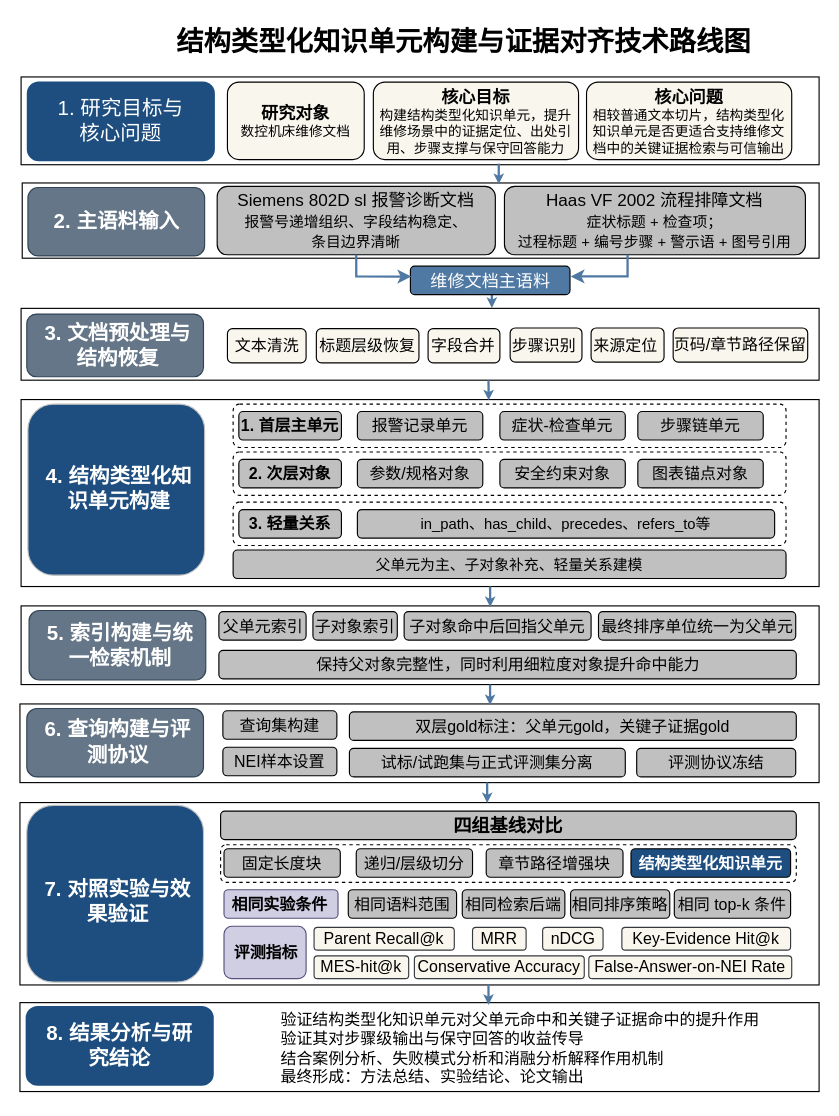
Above: 20260324技术路线图.drawio in handsome-tony/picture (draw.io), before the change. Source tidied: cells renumbered, new cells numbered last; positions are measured from the earlier drawing's top-left corner, leaving out a move shared by most shapes. Both pictures are drawn from the tidied source at 114%, with x=0, y=0 at pixel (19, 19).
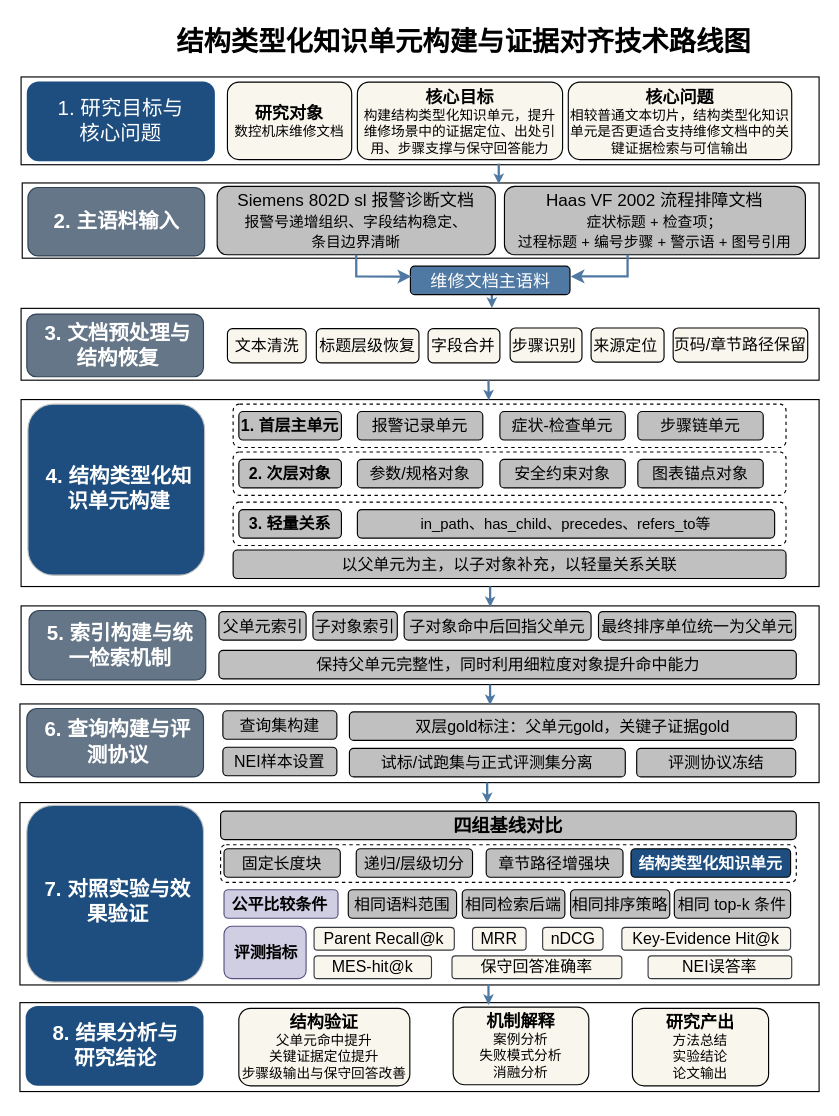
The same diagram, later.

Commit message (it also covers changes not shown here):
更新20260324技术路线图.drawio

The edit, as a diff of the source:
```diff
@@
     <mxCell id="61" value="MES-hit@k" style="rounded=1;whiteSpace=wrap;html=1;fillColor=#f9f7ed;strokeColor=#36393d;align=center;fontSize=14;" parent="1" vertex="1">
-      <mxGeometry x="258" y="821" width="83" height="20" as="geometry" />
+      <mxGeometry x="258" y="821" width="103" height="20" as="geometry" />
     </mxCell>
-    <mxCell id="62" value="Conservative Accuracy" style="rounded=1;whiteSpace=wrap;html=1;fillColor=#f9f7ed;strokeColor=#36393d;align=center;fontSize=14;padding-left:10;padding-right:10;" parent="1" vertex="1">
-      <mxGeometry x="346" y="821" width="149" height="20" as="geometry" />
+    <mxCell id="62" value="保守回答准确率" style="rounded=1;whiteSpace=wrap;html=1;fillColor=#f9f7ed;strokeColor=#36393d;align=center;fontSize=14;padding-left:10;padding-right:10;" parent="1" vertex="1">
+      <mxGeometry x="379" y="821" width="149" height="20" as="geometry" />
     </mxCell>
-    <mxCell id="63" value="False-Answer-on-NEI Rate" style="rounded=1;whiteSpace=wrap;html=1;fillColor=#f9f7ed;strokeColor=#36393d;align=center;fontSize=14;padding-left:10;padding-right:10;" parent="1" vertex="1">
-      <mxGeometry x="499" y="821" width="178" height="20" as="geometry" />
+    <mxCell id="63" value="NEI误答率" style="rounded=1;whiteSpace=wrap;html=1;fillColor=#f9f7ed;strokeColor=#36393d;align=center;fontSize=14;padding-left:10;padding-right:10;" parent="1" vertex="1">
+      <mxGeometry x="551" y="821" width="126" height="20" as="geometry" />
     </mxCell>
     <mxCell id="64" style="rounded=1;whiteSpace=wrap;html=1;fillColor=#1D4E7F;strokeColor=none;" parent="1" vertex="1">
-      <mxGeometry x="5" y="865" width="165" height="70" as="geometry" />
+      <mxGeometry x="5" y="865" width="156" height="70" as="geometry" />
     </mxCell>
     <mxCell id="65" value="8. 结果分析与研究结论" style="text;strokeColor=none;fillColor=none;align=center;verticalAlign=middle;fontColor=#FFFFFF;fontSize=18;fontStyle=1;whiteSpace=wrap;spacingLeft=10;spacingRight=10;" parent="1" vertex="1">
-      <mxGeometry x="5" y="865" width="165" height="70" as="geometry" />
+      <mxGeometry x="11" y="865" width="146" height="70" as="geometry" />
     </mxCell>
-    <mxCell id="66" value="验证结构类型化知识单元对父单元命中和关键子证据命中的提升作用&#10;验证其对步骤级输出与保守回答的收益传导&#10;结合案例分析、失败模式分析和消融分析解释作用机制&#10;最终形成：方法总结、实验结论、论文输出" style="text;strokeColor=none;fillColor=none;align=left;verticalAlign=top;spacingLeft=5;fontSize=14;whiteSpace=wrap;overflow=hidden;" parent="1" vertex="1">
-      <mxGeometry x="222" y="862" width="450" height="80" as="geometry" />
-    </mxCell>
@@
-    <mxCell id="76" value="&lt;span style=&quot;font-size: 13px; text-align: left;&quot;&gt;父单元为主、子对象补充、轻量关系建模&lt;/span&gt;" style="rounded=1;whiteSpace=wrap;html=1;fillColor=#C0C0C0;strokeColor=#000000;strokeWidth=1;align=center;fontColor=#000000;fontSize=14;padding-left:5;padding-right:5;" parent="1" vertex="1">
+    <mxCell id="76" value="以父单元为主，以子对象补充，以轻量关系关联" style="rounded=1;whiteSpace=wrap;html=1;fillColor=#C0C0C0;strokeColor=#000000;strokeWidth=1;align=center;fontColor=#000000;fontSize=14;padding-left:5;padding-right:5;" parent="1" vertex="1">
       <mxGeometry x="187" y="465" width="485" height="25" as="geometry" />
     </mxCell>
@@
-    <mxCell id="81" value="保持父对象完整性，同时利用细粒度对象提升命中能力" style="rounded=1;whiteSpace=wrap;html=1;fillColor=#C0C0C0;strokeColor=#000000;strokeWidth=1;align=center;fontColor=#000000;fontSize=14;padding-left:5;padding-right:5;" parent="1" vertex="1">
+    <mxCell id="81" value="保持父单元完整性，同时利用细粒度对象提升命中能力" style="rounded=1;whiteSpace=wrap;html=1;fillColor=#C0C0C0;strokeColor=#000000;strokeWidth=1;align=center;fontColor=#000000;fontSize=14;padding-left:5;padding-right:5;" parent="1" vertex="1">
       <mxGeometry x="174.5" y="553" width="506.5" height="25" as="geometry" />
     </mxCell>
@@
-    <mxCell id="87" value="&lt;span style=&quot;font-family: Helvetica; font-size: 14px; font-style: normal; font-variant-ligatures: normal; font-variant-caps: normal; font-weight: 700; letter-spacing: normal; orphans: 2; text-align: right; text-indent: 0px; text-transform: none; widows: 2; word-spacing: 0px; -webkit-text-stroke-width: 0px; white-space: normal; text-decoration-thickness: initial; text-decoration-style: initial; text-decoration-color: initial; float: none; display: inline !important;&quot;&gt;相同实验条件&lt;/span&gt;" style="text;whiteSpace=wrap;html=1;fillColor=none;strokeColor=none;fontColor=default;labelBackgroundColor=none;" parent="1" vertex="1">
+    <mxCell id="87" value="&lt;span style=&quot;font-family: Helvetica; font-size: 14px; font-style: normal; font-variant-ligatures: normal; font-variant-caps: normal; font-weight: 700; letter-spacing: normal; orphans: 2; text-align: right; text-indent: 0px; text-transform: none; widows: 2; word-spacing: 0px; -webkit-text-stroke-width: 0px; white-space: normal; text-decoration-thickness: initial; text-decoration-style: initial; text-decoration-color: initial; float: none; display: inline !important;&quot;&gt;公平比较条件&lt;/span&gt;" style="text;whiteSpace=wrap;html=1;fillColor=none;strokeColor=none;fontColor=default;labelBackgroundColor=none;" parent="1" vertex="1">
       <mxGeometry x="184" y="761" width="88" height="28" as="geometry" />
     </mxCell>
@@
     <mxCell id="96" value="&lt;b&gt;&lt;font style=&quot;font-size: 15px;&quot;&gt;研究对象&lt;/font&gt;&lt;/b&gt;&lt;div&gt;数控机床维修文档&lt;/div&gt;" style="rounded=1;whiteSpace=wrap;html=1;fillColor=#F9F7ED;" parent="1" vertex="1">
-      <mxGeometry x="182" y="54.5" width="120" height="68" as="geometry" />
+      <mxGeometry x="182" y="54.5" width="109" height="68" as="geometry" />
     </mxCell>
     <mxCell id="97" value="&lt;b&gt;&lt;font style=&quot;font-size: 15px;&quot;&gt;核心目标&lt;/font&gt;&lt;/b&gt;&lt;div&gt;&lt;span style=&quot;text-align: left; background-color: transparent; color: light-dark(rgb(0, 0, 0), rgb(255, 255, 255));&quot;&gt;&lt;font&gt;构建结构类型化知识单元，提升维修场景中的证据定位、出处引用、步骤支撑与保守回答能力&lt;/font&gt;&lt;/span&gt;&lt;/div&gt;" style="rounded=1;whiteSpace=wrap;html=1;fillColor=#F9F7ED;" parent="1" vertex="1">
-      <mxGeometry x="310" y="54.5" width="180" height="68" as="geometry" />
+      <mxGeometry x="296" y="54.5" width="180" height="68" as="geometry" />
     </mxCell>
     <mxCell id="98" value="&lt;b&gt;&lt;font style=&quot;font-size: 15px;&quot;&gt;核心问题&lt;/font&gt;&lt;/b&gt;&lt;div&gt;&lt;span style=&quot;text-align: left; background-color: transparent; color: light-dark(rgb(0, 0, 0), rgb(255, 255, 255));&quot;&gt;&lt;font&gt;相较普通文本切片，结构类型化知识单元是否更适合支持维修文档中的关键证据检索与可信输出&lt;/font&gt;&lt;/span&gt;&lt;/div&gt;" style="rounded=1;whiteSpace=wrap;html=1;fillColor=#F9F7ED;" parent="1" vertex="1">
-      <mxGeometry x="497" y="54.5" width="180" height="68" as="geometry" />
+      <mxGeometry x="481" y="54.5" width="196" height="68" as="geometry" />
     </mxCell>
+    <mxCell id="99" value="&lt;b&gt;&lt;font style=&quot;font-size: 15px;&quot;&gt;结构验证&lt;/font&gt;&lt;/b&gt;&lt;div&gt;父单元命中提升&lt;/div&gt;&lt;div&gt;关键证据定位提升&lt;/div&gt;&lt;div&gt;步骤级输出与保守回答改善&lt;/div&gt;" style="rounded=1;whiteSpace=wrap;html=1;fillColor=#F9F7ED;" parent="1" vertex="1">
+      <mxGeometry x="192" y="867" width="150" height="68" as="geometry" />
+    </mxCell>
+    <mxCell id="100" value="&lt;b&gt;&lt;font style=&quot;font-size: 15px;&quot;&gt;机制解释&lt;/font&gt;&lt;/b&gt;&lt;div&gt;案例分析&lt;/div&gt;&lt;div&gt;失败模式分析&lt;/div&gt;&lt;div&gt;消融分析&lt;/div&gt;" style="rounded=1;whiteSpace=wrap;html=1;fillColor=#F9F7ED;" parent="1" vertex="1">
+      <mxGeometry x="380" y="866" width="119" height="68" as="geometry" />
+    </mxCell>
+    <mxCell id="101" value="&lt;b&gt;&lt;font style=&quot;font-size: 15px;&quot;&gt;研究产出&lt;/font&gt;&lt;/b&gt;&lt;div&gt;方法总结&lt;/div&gt;&lt;div&gt;实验结论&lt;/div&gt;&lt;div&gt;论文输出&lt;/div&gt;" style="rounded=1;whiteSpace=wrap;html=1;fillColor=#F9F7ED;" parent="1" vertex="1">
+      <mxGeometry x="537.2" y="867" width="119.5" height="68" as="geometry" />
+    </mxCell>
```
